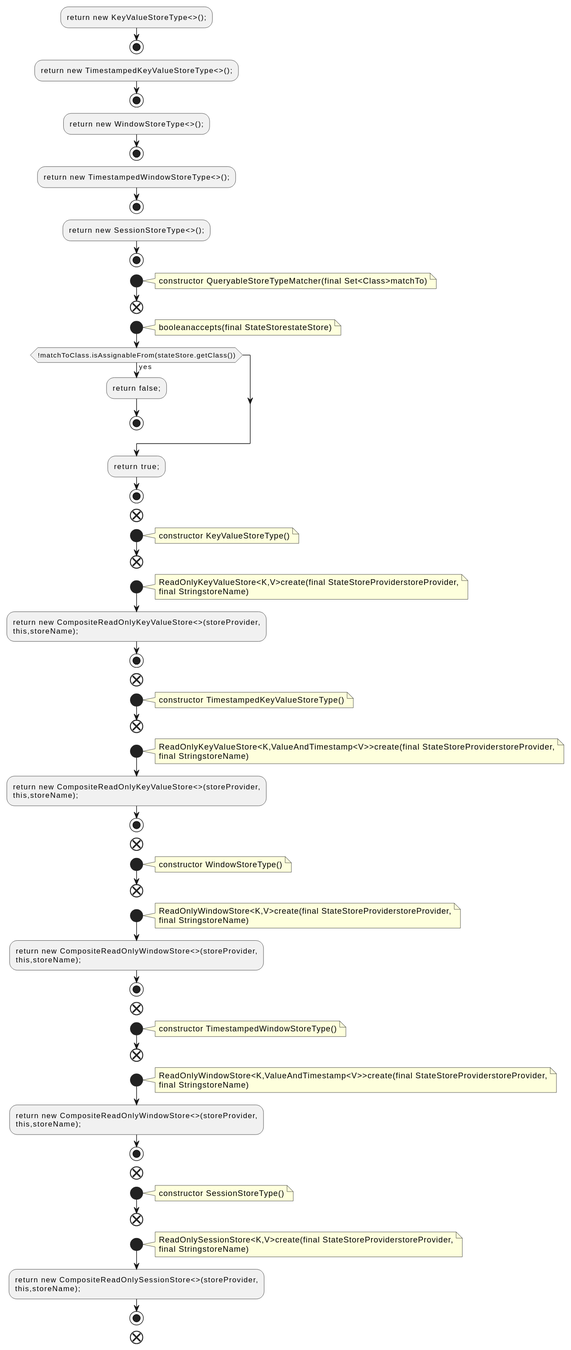
This is docs/qc/streams/src/main/java/org/apache/kafka/streams/state/QueryableStoreTypes.java.fct.svg from qualitesys/kafka, a PlantUML export, as it was before one commit.
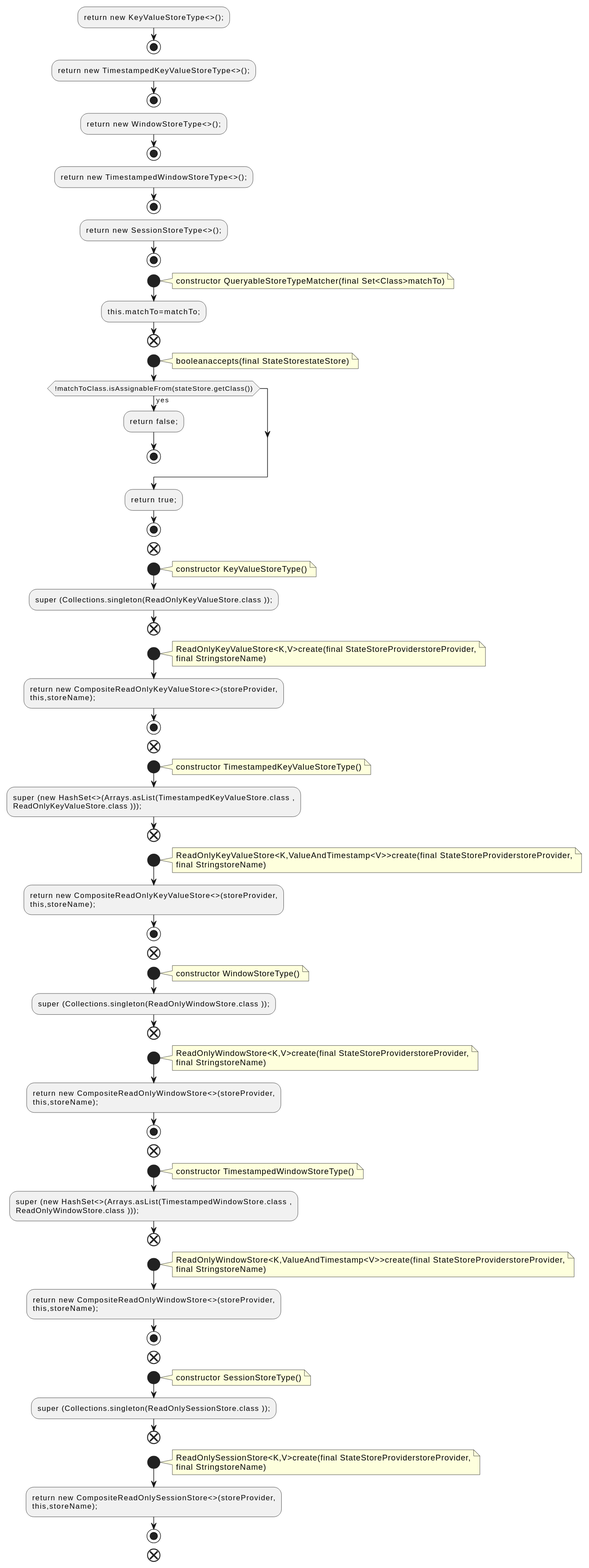
After the commit.

Diff of the diagram source:
```diff
@@ -14,6 +14,7 @@
 note right
 constructor QueryableStoreTypeMatcher(final Set<Class>matchTo)
 end note
+:this.matchTo=matchTo;;
 end
 start
 note right
@@ -30,6 +31,7 @@
 note right
 constructor KeyValueStoreType()
 end note
+:super (Collections.singleton(ReadOnlyKeyValueStore.class ));;
 end
 start
 note right
@@ -44,6 +46,8 @@
 note right
 constructor TimestampedKeyValueStoreType()
 end note
+:super (new HashSet<>(Arrays.asList(TimestampedKeyValueStore.class ,
+ReadOnlyKeyValueStore.class )));;
 end
 start
 note right
@@ -58,6 +62,7 @@
 note right
 constructor WindowStoreType()
 end note
+:super (Collections.singleton(ReadOnlyWindowStore.class ));;
 end
 start
 note right
@@ -72,6 +77,8 @@
 note right
 constructor TimestampedWindowStoreType()
 end note
+:super (new HashSet<>(Arrays.asList(TimestampedWindowStore.class ,
+ReadOnlyWindowStore.class )));;
 end
 start
 note right
@@ -86,6 +93,7 @@
 note right
 constructor SessionStoreType()
 end note
+:super (Collections.singleton(ReadOnlySessionStore.class ));;
 end
 start
 note right
```
